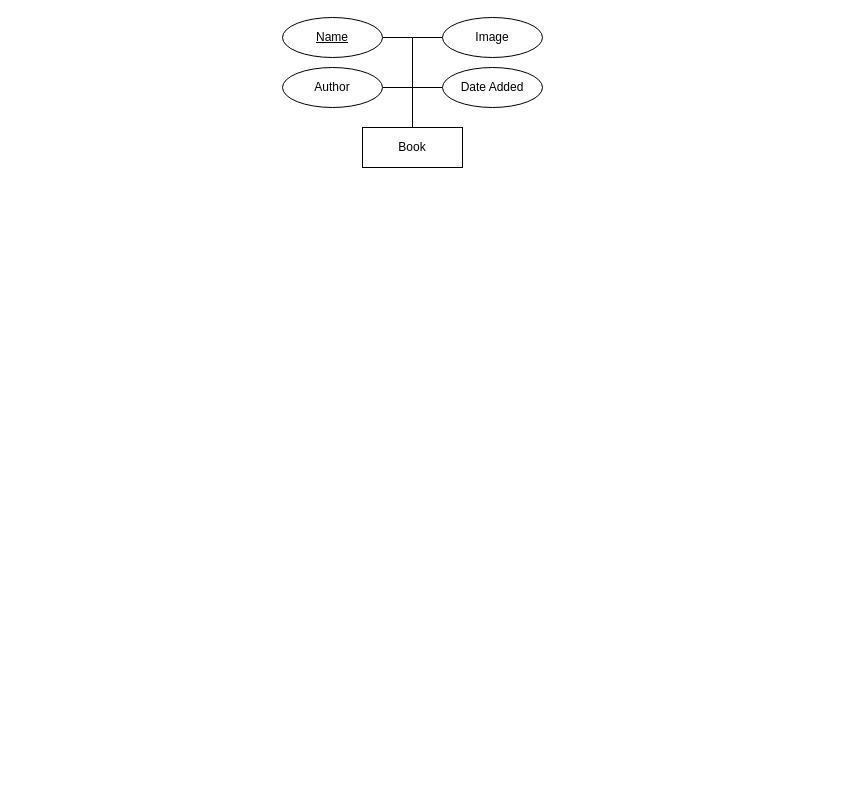
This is BDB Diagram.drawio from theinsurgentarchive/BDB, a draw.io file, before an edit. Source tidied: cells renumbered, new cells numbered last; positions are measured from the earlier drawing's top-left corner, leaving out a move shared by most shapes. Both pictures are drawn from the tidied source at 100%, with x=0, y=0 at pixel (282, 17).
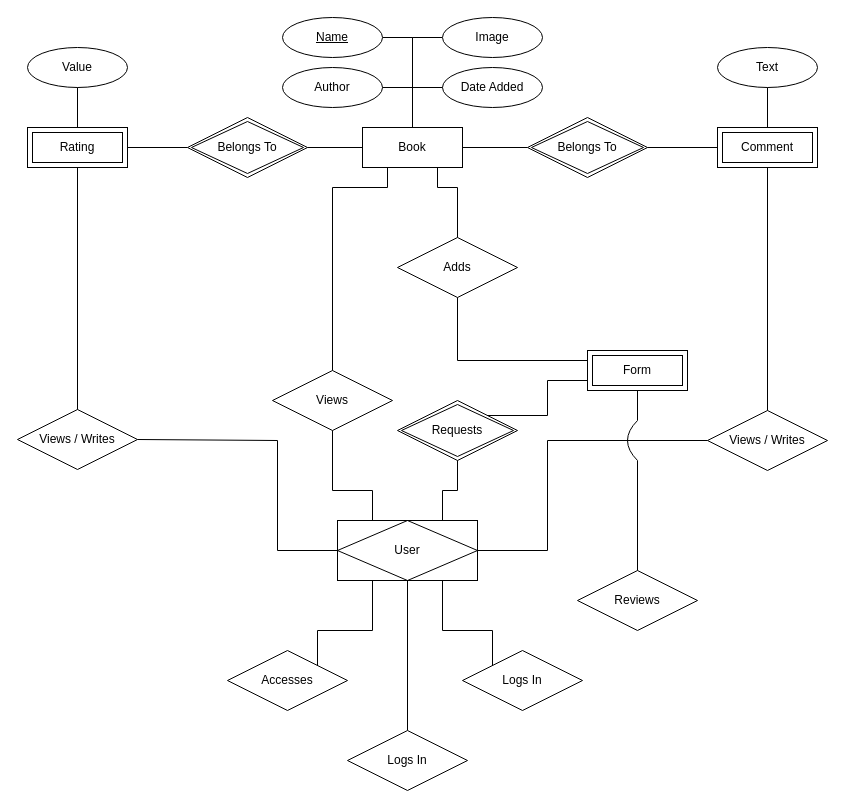
After the change.

Unchanged cells that the change refers to:
```xml
<mxCell id="2" value="&lt;div&gt;Book&lt;/div&gt;" style="whiteSpace=wrap;html=1;align=center;" parent="1" vertex="1">
  <mxGeometry x="80" y="110" width="100" height="40" as="geometry" />
</mxCell>
```

What changed in the source:
```diff
@@
+    <mxCell id="11" value="Rating" style="shape=ext;margin=3;double=1;whiteSpace=wrap;html=1;align=center;" parent="1" vertex="1">
+      <mxGeometry x="-255" y="110" width="100" height="40" as="geometry" />
+    </mxCell>
+    <mxCell id="12" value="&lt;div&gt;Comment&lt;/div&gt;" style="shape=ext;margin=3;double=1;whiteSpace=wrap;html=1;align=center;" parent="1" vertex="1">
+      <mxGeometry x="435" y="110" width="100" height="40" as="geometry" />
+    </mxCell>
+    <mxCell id="13" value="&lt;div&gt;Belongs To&lt;/div&gt;" style="shape=rhombus;double=1;perimeter=rhombusPerimeter;whiteSpace=wrap;html=1;align=center;" parent="1" vertex="1">
+      <mxGeometry x="-95" y="100" width="120" height="60" as="geometry" />
+    </mxCell>
+    <mxCell id="14" value="Belongs To" style="shape=rhombus;double=1;perimeter=rhombusPerimeter;whiteSpace=wrap;html=1;align=center;" parent="1" vertex="1">
+      <mxGeometry x="245" y="100" width="120" height="60" as="geometry" />
+    </mxCell>
+    <mxCell id="15" style="endArrow=none;html=1;rounded=0;exitX=1;exitY=0.5;exitDx=0;exitDy=0;entryX=0;entryY=0.5;entryDx=0;entryDy=0;" parent="1" edge="1" source="11" target="13">
+      <mxGeometry relative="1" as="geometry" />
+    </mxCell>
+    <mxCell id="16" style="endArrow=none;html=1;rounded=0;exitX=1;exitY=0.5;exitDx=0;exitDy=0;entryX=0;entryY=0.5;entryDx=0;entryDy=0;" parent="1" edge="1" source="13" target="2">
+      <mxGeometry relative="1" as="geometry" />
+    </mxCell>
+    <mxCell id="17" style="endArrow=none;html=1;rounded=0;exitX=1;exitY=0.5;exitDx=0;exitDy=0;entryX=0;entryY=0.5;entryDx=0;entryDy=0;" parent="1" edge="1" source="2" target="14">
+      <mxGeometry relative="1" as="geometry" />
+    </mxCell>
+    <mxCell id="18" style="endArrow=none;html=1;rounded=0;exitX=1;exitY=0.5;exitDx=0;exitDy=0;entryX=0;entryY=0.5;entryDx=0;entryDy=0;" parent="1" edge="1" source="14" target="12">
+      <mxGeometry relative="1" as="geometry" />
+    </mxCell>
+    <mxCell id="19" value="Value" style="ellipse;whiteSpace=wrap;html=1;align=center;" parent="1" vertex="1">
+      <mxGeometry x="-255" y="30" width="100" height="40" as="geometry" />
+    </mxCell>
+    <mxCell id="20" value="&lt;div&gt;Text&lt;/div&gt;" style="ellipse;whiteSpace=wrap;html=1;align=center;" parent="1" vertex="1">
+      <mxGeometry x="435" y="30" width="100" height="40" as="geometry" />
+    </mxCell>
+    <mxCell id="21" style="endArrow=none;html=1;rounded=0;exitX=0.5;exitY=0;exitDx=0;exitDy=0;entryX=0.5;entryY=1;entryDx=0;entryDy=0;" parent="1" edge="1" source="11" target="19">
+      <mxGeometry relative="1" as="geometry" />
+    </mxCell>
+    <mxCell id="22" style="endArrow=none;html=1;rounded=0;exitX=0.5;exitY=0;exitDx=0;exitDy=0;entryX=0.5;entryY=1;entryDx=0;entryDy=0;" parent="1" edge="1" source="12" target="20">
+      <mxGeometry relative="1" as="geometry" />
+    </mxCell>
+    <mxCell id="23" value="&lt;div&gt;Views&lt;/div&gt;" style="shape=rhombus;perimeter=rhombusPerimeter;whiteSpace=wrap;html=1;align=center;" parent="1" vertex="1">
+      <mxGeometry x="-10" y="353" width="120" height="60" as="geometry" />
+    </mxCell>
+    <mxCell id="24" style="endArrow=none;html=1;rounded=0;entryX=0.5;entryY=1;entryDx=0;entryDy=0;exitX=0.25;exitY=0;exitDx=0;exitDy=0;" parent="1" edge="1" source="38" target="23">
+      <mxGeometry relative="1" as="geometry">
+        <Array as="points">
+          <mxPoint x="90" y="473" />
+          <mxPoint x="50" y="473" />
+        </Array>
+      </mxGeometry>
+    </mxCell>
+    <mxCell id="25" style="endArrow=none;html=1;rounded=0;exitX=0.25;exitY=1;exitDx=0;exitDy=0;entryX=0.5;entryY=0;entryDx=0;entryDy=0;" parent="1" edge="1" source="2" target="23">
+      <mxGeometry relative="1" as="geometry">
+        <Array as="points">
+          <mxPoint x="105" y="170" />
+          <mxPoint x="50" y="170" />
+        </Array>
+      </mxGeometry>
+    </mxCell>
+    <mxCell id="26" value="Views / Writes" style="shape=rhombus;perimeter=rhombusPerimeter;whiteSpace=wrap;html=1;align=center;" parent="1" vertex="1">
+      <mxGeometry x="425" y="393" width="120" height="60" as="geometry" />
+    </mxCell>
+    <mxCell id="27" value="Views / Writes" style="shape=rhombus;perimeter=rhombusPerimeter;whiteSpace=wrap;html=1;align=center;" parent="1" vertex="1">
+      <mxGeometry x="-265" y="392" width="120" height="60" as="geometry" />
+    </mxCell>
+    <mxCell id="28" style="endArrow=none;html=1;rounded=0;exitX=1;exitY=0.5;exitDx=0;exitDy=0;entryX=0;entryY=0.5;entryDx=0;entryDy=0;" parent="1" edge="1" source="27" target="38">
+      <mxGeometry relative="1" as="geometry">
+        <Array as="points">
+          <mxPoint x="-5" y="423" />
+          <mxPoint x="-5" y="533" />
+        </Array>
+      </mxGeometry>
+    </mxCell>
+    <mxCell id="29" style="endArrow=none;html=1;rounded=0;exitX=0;exitY=0.5;exitDx=0;exitDy=0;entryX=1;entryY=0.5;entryDx=0;entryDy=0;" parent="1" edge="1" source="26" target="38">
+      <mxGeometry relative="1" as="geometry">
+        <Array as="points">
+          <mxPoint x="265" y="423" />
+          <mxPoint x="265" y="533" />
+        </Array>
+      </mxGeometry>
+    </mxCell>
+    <mxCell id="30" style="endArrow=none;html=1;rounded=0;exitX=0.5;exitY=1;exitDx=0;exitDy=0;exitPerimeter=0;entryX=0.5;entryY=0;entryDx=0;entryDy=0;" parent="1" edge="1" source="12" target="26">
+      <mxGeometry relative="1" as="geometry" />
+    </mxCell>
+    <mxCell id="31" style="endArrow=none;html=1;rounded=0;exitX=0.5;exitY=1;exitDx=0;exitDy=0;exitPerimeter=0;entryX=0.5;entryY=0;entryDx=0;entryDy=0;" parent="1" edge="1" source="11" target="27">
+      <mxGeometry relative="1" as="geometry" />
+    </mxCell>
+    <mxCell id="32" value="Form" style="shape=ext;margin=3;double=1;whiteSpace=wrap;html=1;align=center;" parent="1" vertex="1">
+      <mxGeometry x="305" y="333" width="100" height="40" as="geometry" />
+    </mxCell>
+    <mxCell id="33" value="&lt;div&gt;Requests&lt;/div&gt;" style="shape=rhombus;double=1;perimeter=rhombusPerimeter;whiteSpace=wrap;html=1;align=center;" parent="1" vertex="1">
+      <mxGeometry x="115" y="383" width="120" height="60" as="geometry" />
+    </mxCell>
+    <mxCell id="34" style="endArrow=none;html=1;rounded=0;exitX=0.5;exitY=1;exitDx=0;exitDy=0;exitPerimeter=0;entryX=0.75;entryY=0;entryDx=0;entryDy=0;" parent="1" edge="1" source="33" target="38">
+      <mxGeometry relative="1" as="geometry">
+        <Array as="points">
+          <mxPoint x="175" y="473" />
+          <mxPoint x="160" y="473" />
+        </Array>
+      </mxGeometry>
+    </mxCell>
+    <mxCell id="35" value="&lt;div&gt;Adds&lt;/div&gt;" style="shape=rhombus;perimeter=rhombusPerimeter;whiteSpace=wrap;html=1;align=center;" parent="1" vertex="1">
+      <mxGeometry x="115" y="220" width="120" height="60" as="geometry" />
+    </mxCell>
+    <mxCell id="36" style="endArrow=none;html=1;rounded=0;exitX=0.5;exitY=1;exitDx=0;exitDy=0;entryX=0;entryY=0.25;entryDx=0;entryDy=0;" parent="1" edge="1" source="35" target="32">
+      <mxGeometry relative="1" as="geometry">
+        <Array as="points">
+          <mxPoint x="175" y="343" />
+        </Array>
+      </mxGeometry>
+    </mxCell>
+    <mxCell id="37" style="endArrow=none;html=1;rounded=0;exitX=1;exitY=0;exitDx=0;exitDy=0;entryX=0;entryY=0.75;entryDx=0;entryDy=0;" parent="1" edge="1" source="33" target="32">
+      <mxGeometry relative="1" as="geometry">
+        <Array as="points">
+          <mxPoint x="265" y="398" />
+          <mxPoint x="265" y="363" />
+        </Array>
+      </mxGeometry>
+    </mxCell>
+    <mxCell id="38" value="User" style="shape=associativeEntity;whiteSpace=wrap;html=1;align=center;" parent="1" vertex="1">
+      <mxGeometry x="55" y="503" width="140" height="60" as="geometry" />
+    </mxCell>
+    <mxCell id="39" style="endArrow=none;html=1;rounded=0;entryX=0.25;entryY=1;entryDx=0;entryDy=0;exitX=1;exitY=0;exitDx=0;exitDy=0;" parent="1" edge="1" source="43" target="38">
+      <mxGeometry relative="1" as="geometry">
+        <Array as="points">
+          <mxPoint x="35" y="613" />
+          <mxPoint x="90" y="613" />
+        </Array>
+      </mxGeometry>
+    </mxCell>
+    <mxCell id="40" style="endArrow=none;html=1;rounded=0;entryX=0.75;entryY=1;entryDx=0;entryDy=0;exitX=0;exitY=0;exitDx=0;exitDy=0;" parent="1" edge="1" source="44" target="38">
+      <mxGeometry relative="1" as="geometry">
+        <Array as="points">
+          <mxPoint x="210" y="613" />
+          <mxPoint x="160" y="613" />
+        </Array>
+      </mxGeometry>
+    </mxCell>
+    <mxCell id="41" style="endArrow=none;html=1;rounded=0;entryX=0.5;entryY=1;entryDx=0;entryDy=0;exitX=0.5;exitY=0;exitDx=0;exitDy=0;" parent="1" edge="1" source="42" target="38">
+      <mxGeometry relative="1" as="geometry" />
+    </mxCell>
+    <mxCell id="42" value="Logs In" style="shape=rhombus;perimeter=rhombusPerimeter;whiteSpace=wrap;html=1;align=center;" parent="1" vertex="1">
+      <mxGeometry x="65" y="713" width="120" height="60" as="geometry" />
+    </mxCell>
+    <mxCell id="43" value="Accesses" style="shape=rhombus;perimeter=rhombusPerimeter;whiteSpace=wrap;html=1;align=center;" parent="1" vertex="1">
+      <mxGeometry x="-55" y="633" width="120" height="60" as="geometry" />
+    </mxCell>
+    <mxCell id="44" value="Logs In" style="shape=rhombus;perimeter=rhombusPerimeter;whiteSpace=wrap;html=1;align=center;" parent="1" vertex="1">
+      <mxGeometry x="180" y="633" width="120" height="60" as="geometry" />
+    </mxCell>
+    <mxCell id="45" value="&lt;div&gt;Reviews&lt;/div&gt;" style="shape=rhombus;perimeter=rhombusPerimeter;whiteSpace=wrap;html=1;align=center;" parent="1" vertex="1">
+      <mxGeometry x="295" y="553" width="120" height="60" as="geometry" />
+    </mxCell>
+    <mxCell id="46" style="endArrow=none;html=1;rounded=0;exitX=0.5;exitY=0;exitDx=0;exitDy=0;" parent="1" edge="1" source="45">
+      <mxGeometry relative="1" as="geometry">
+        <mxPoint x="355" y="443" as="targetPoint" />
+      </mxGeometry>
+    </mxCell>
+    <mxCell id="47" style="endArrow=none;html=1;rounded=0;curved=1;" parent="1" edge="1">
+      <mxGeometry relative="1" as="geometry">
+        <mxPoint x="355" y="443" as="sourcePoint" />
+        <mxPoint x="355" y="403" as="targetPoint" />
+        <Array as="points">
+          <mxPoint x="335" y="423" />
+        </Array>
+      </mxGeometry>
+    </mxCell>
+    <mxCell id="48" style="endArrow=none;html=1;rounded=0;exitX=0.5;exitY=1;exitDx=0;exitDy=0;" parent="1" edge="1" source="32">
+      <mxGeometry relative="1" as="geometry">
+        <mxPoint x="355" y="403" as="targetPoint" />
+      </mxGeometry>
+    </mxCell>
+    <mxCell id="49" style="endArrow=none;html=1;rounded=0;exitX=0.5;exitY=0;exitDx=0;exitDy=0;entryX=0.75;entryY=1;entryDx=0;entryDy=0;" parent="1" edge="1" source="35" target="2">
+      <mxGeometry relative="1" as="geometry">
+        <Array as="points">
+          <mxPoint x="175" y="170" />
+          <mxPoint x="155" y="170" />
+        </Array>
+      </mxGeometry>
+    </mxCell>
```
